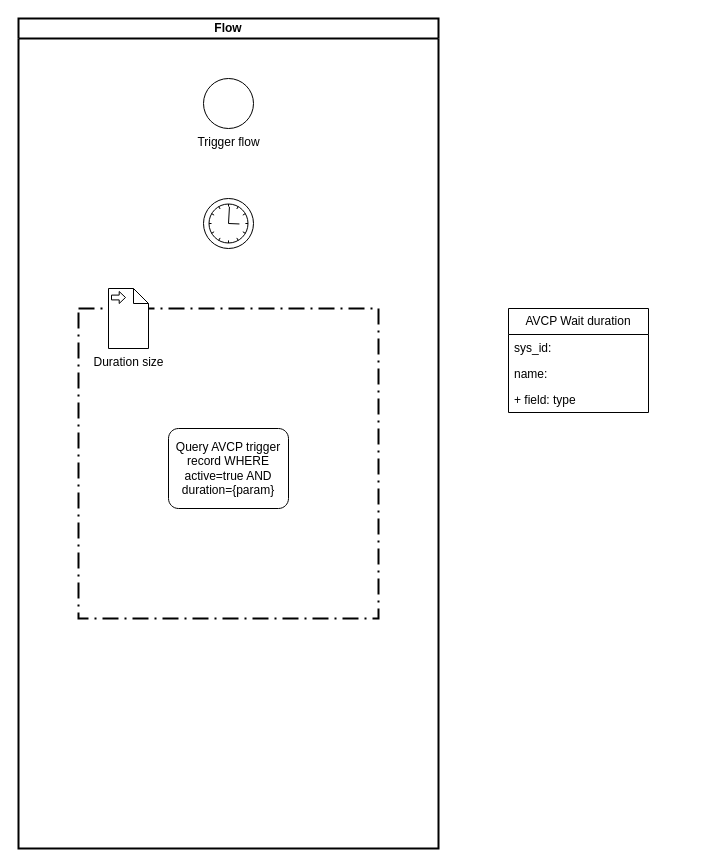
The draw.io diagram Flow Wait cache and setting.drawio in ceskie/CCW1856, before the edit. Source tidied: cells renumbered, new cells numbered last; positions are measured from the earlier drawing's top-left corner, leaving out a move shared by most shapes. Both pictures are drawn from the tidied source at 100%, with x=0, y=0 at pixel (18, 18).
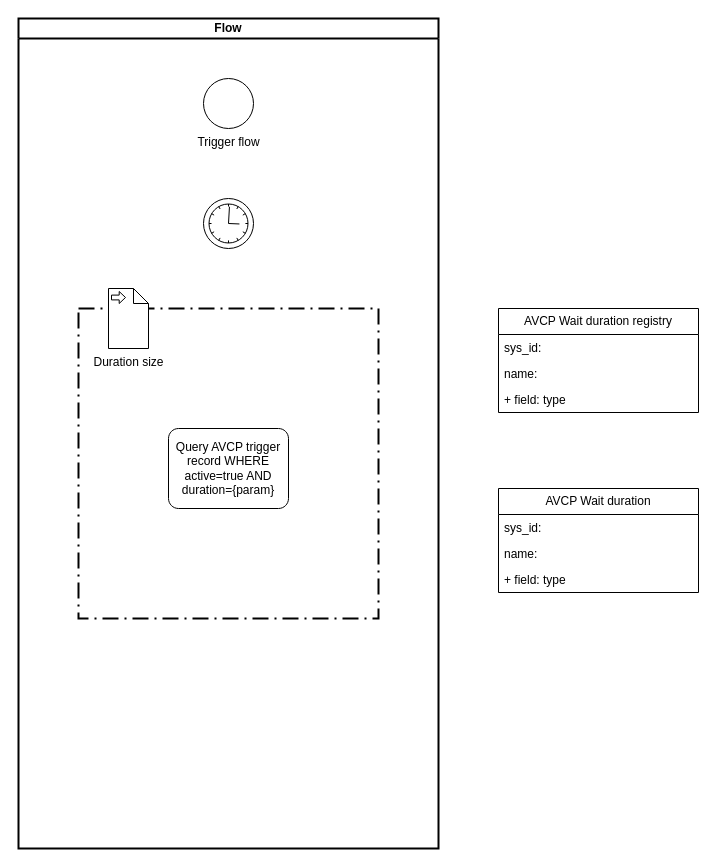
The same diagram, later.

Change to the diagram source:
```diff
@@
 <mxGraphModel>
   <root>
     <mxCell id="0" />
     <mxCell id="1" parent="0" />
     <mxCell id="2" value="&lt;b&gt;Flow&lt;/b&gt;" style="swimlane;html=1;startSize=20;fontStyle=0;horizontal=1;swimlaneLine=1;strokeWidth=2;swimlaneFillColor=#ffffff;whiteSpace=wrap;" parent="1" vertex="1">
       <mxGeometry width="420" height="830" as="geometry" />
     </mxCell>
     <mxCell id="3" style="rounded=1;arcSize=0;dashed=1;strokeColor=#000000;fillColor=none;gradientColor=none;dashPattern=8 3 1 3;strokeWidth=2;whiteSpace=wrap;html=1;" parent="2" vertex="1">
       <mxGeometry x="60" y="290" width="300" height="310" as="geometry" />
     </mxCell>
     <mxCell id="4" value="Trigger flow" style="shape=mxgraph.bpmn.event;html=1;verticalLabelPosition=bottom;labelBackgroundColor=#ffffff;verticalAlign=top;align=center;perimeter=ellipsePerimeter;outline=standard;symbol=general;" parent="2" vertex="1">
       <mxGeometry x="185" y="60" width="50" height="50" as="geometry" />
     </mxCell>
     <mxCell id="5" value="Query AVCP trigger record WHERE&lt;br&gt;active=true AND duration={param}" style="shape=mxgraph.bpmn.task;whiteSpace=wrap;rectStyle=rounded;size=10;html=1;taskMarker=abstract;" parent="2" vertex="1">
       <mxGeometry x="150" y="410" width="120" height="80" as="geometry" />
     </mxCell>
     <mxCell id="6" style="shape=mxgraph.bpmn.event;html=1;verticalLabelPosition=bottom;labelBackgroundColor=#ffffff;verticalAlign=top;align=center;perimeter=ellipsePerimeter;outline=standard;symbol=timer;" parent="2" vertex="1">
       <mxGeometry x="185" y="180" width="50" height="50" as="geometry" />
     </mxCell>
     <mxCell id="7" value="Duration size" style="shape=mxgraph.bpmn.data;labelPosition=center;verticalLabelPosition=bottom;align=center;verticalAlign=top;size=15;html=1;bpmnTransferType=input;" parent="2" vertex="1">
       <mxGeometry x="90" y="270" width="40" height="60" as="geometry" />
     </mxCell>
-    <mxCell id="8" value="AVCP Wait duration" style="swimlane;fontStyle=0;horizontal=1;startSize=26;fillColor=none;whiteSpace=wrap;html=1;" parent="1" vertex="1">
-      <mxGeometry x="490" y="290" width="140" height="104" as="geometry" />
+    <mxCell id="8" value="AVCP Wait duration registry" style="swimlane;fontStyle=0;horizontal=1;startSize=26;fillColor=none;whiteSpace=wrap;html=1;" parent="1" vertex="1">
+      <mxGeometry x="480" y="290" width="200" height="104" as="geometry" />
     </mxCell>
     <mxCell id="9" value="sys_id:" style="text;strokeColor=none;fillColor=none;align=left;verticalAlign=top;spacingLeft=4;spacingRight=4;overflow=hidden;whiteSpace=wrap;html=1;" parent="8" vertex="1">
-      <mxGeometry y="26" width="140" height="26" as="geometry" />
+      <mxGeometry y="26" width="200" height="26" as="geometry" />
     </mxCell>
     <mxCell id="10" value="name: " style="text;strokeColor=none;fillColor=none;align=left;verticalAlign=top;spacingLeft=4;spacingRight=4;overflow=hidden;whiteSpace=wrap;html=1;" parent="8" vertex="1">
-      <mxGeometry y="52" width="140" height="26" as="geometry" />
+      <mxGeometry y="52" width="200" height="26" as="geometry" />
     </mxCell>
     <mxCell id="11" value="+ field: type" style="text;strokeColor=none;fillColor=none;align=left;verticalAlign=top;spacingLeft=4;spacingRight=4;overflow=hidden;whiteSpace=wrap;html=1;" parent="8" vertex="1">
-      <mxGeometry y="78" width="140" height="26" as="geometry" />
+      <mxGeometry y="78" width="200" height="26" as="geometry" />
     </mxCell>
+    <mxCell id="12" value="AVCP Wait duration" style="swimlane;fontStyle=0;horizontal=1;startSize=26;fillColor=none;whiteSpace=wrap;html=1;" parent="1" vertex="1">
+      <mxGeometry x="480" y="470" width="200" height="104" as="geometry" />
+    </mxCell>
+    <mxCell id="13" value="sys_id:" style="text;strokeColor=none;fillColor=none;align=left;verticalAlign=top;spacingLeft=4;spacingRight=4;overflow=hidden;whiteSpace=wrap;html=1;" parent="12" vertex="1">
+      <mxGeometry y="26" width="200" height="26" as="geometry" />
+    </mxCell>
+    <mxCell id="14" value="name: " style="text;strokeColor=none;fillColor=none;align=left;verticalAlign=top;spacingLeft=4;spacingRight=4;overflow=hidden;whiteSpace=wrap;html=1;" parent="12" vertex="1">
+      <mxGeometry y="52" width="200" height="26" as="geometry" />
+    </mxCell>
+    <mxCell id="15" value="+ field: type" style="text;strokeColor=none;fillColor=none;align=left;verticalAlign=top;spacingLeft=4;spacingRight=4;overflow=hidden;whiteSpace=wrap;html=1;" parent="12" vertex="1">
+      <mxGeometry y="78" width="200" height="26" as="geometry" />
+    </mxCell>
   </root>
 </mxGraphModel>
```
